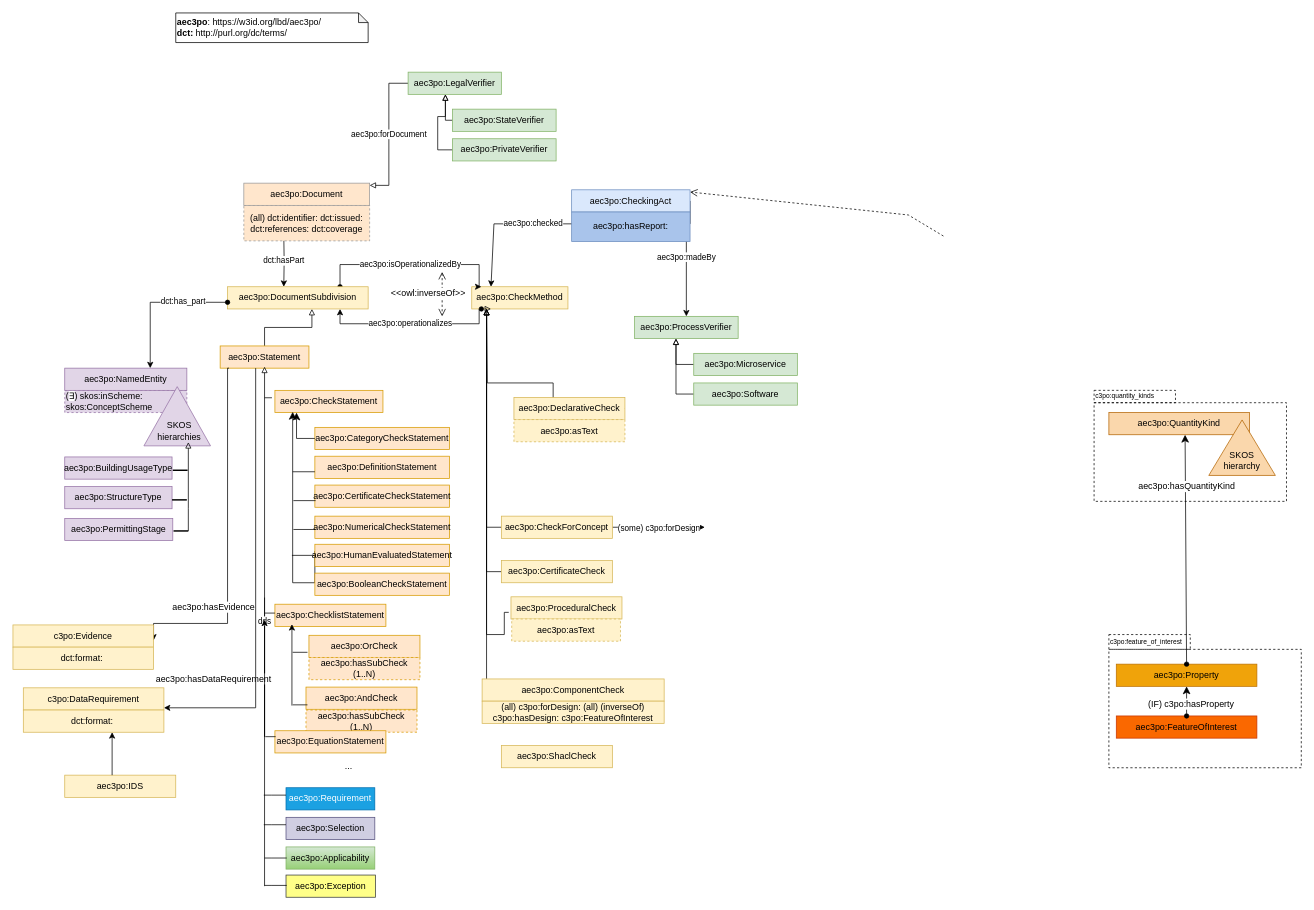
Accord-Project/aec3po keeps this draw.io diagram as page "aec3po" (1 of 15) of resources/aec3po.drawio. Above is the earlier version. Source tidied: cells renumbered, new cells numbered last; positions are measured from the earlier drawing's top-left corner, leaving out a move shared by most shapes. Both pictures are drawn from the tidied source at 74%, with x=0, y=0 at pixel (13, 13).
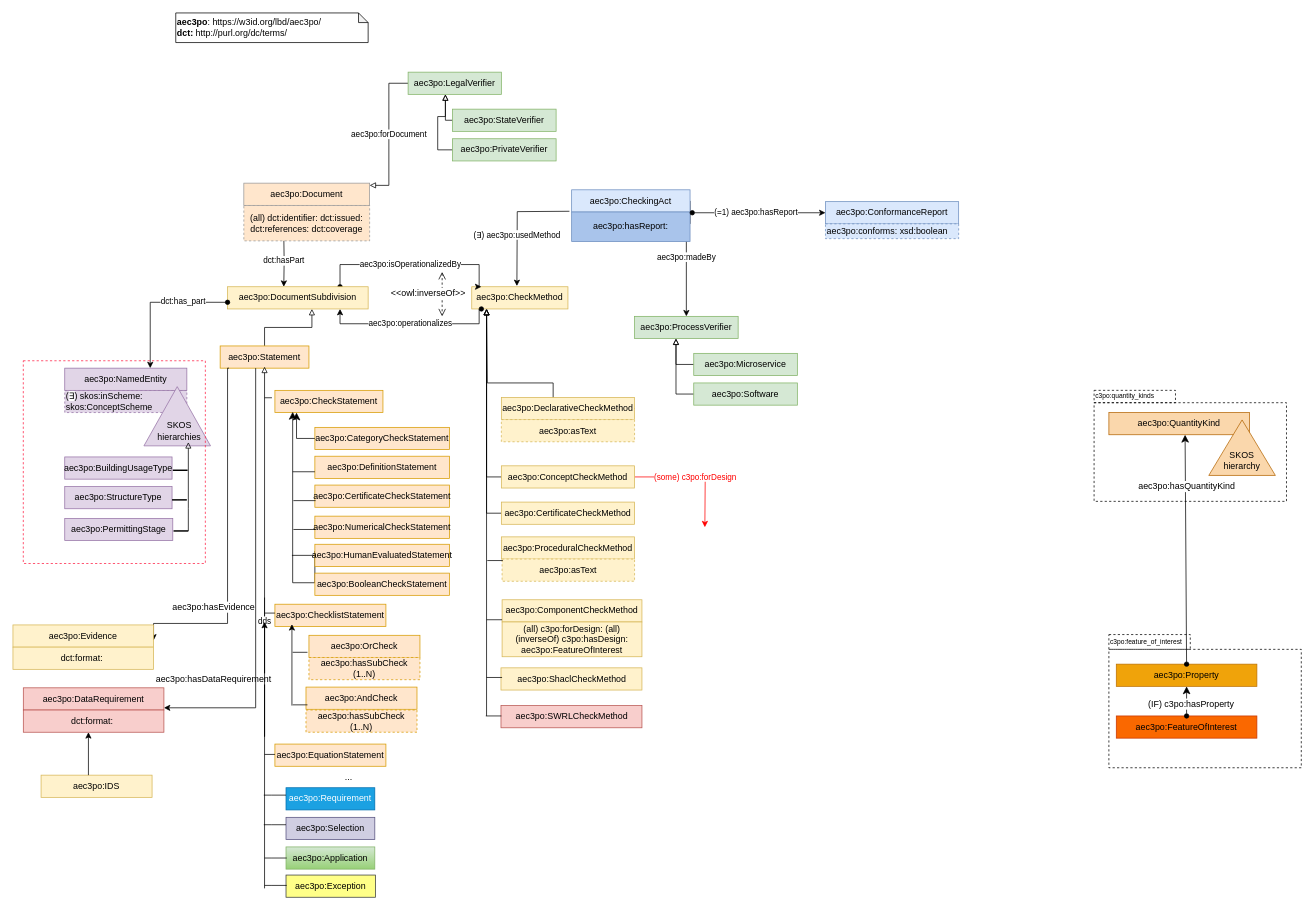
After the change.

Unchanged cells that the change refers to:
```xml
<mxCell id="15" value="aec3po:CheckMethod" style="rounded=0;whiteSpace=wrap;html=1;snapToPoint=1;points=[[0.1,0],[0.2,0],[0.3,0],[0.4,0],[0.5,0],[0.6,0],[0.7,0],[0.8,0],[0.9,0],[0,0.1],[0,0.3],[0,0.5],[0,0.7],[0,0.9],[0.1,1],[0.2,1],[0.3,1],[0.4,1],[0.5,1],[0.6,1],[0.7,1],[0.8,1],[0.9,1],[1,0.1],[1,0.3],[1,0.5],[1,0.7],[1,0.9]];fillColor=#fff2cc;strokeColor=#d6b656;" parent="1" vertex="1">
  <mxGeometry x="620" y="370" width="130" height="30" as="geometry" />
</mxCell>
<mxCell id="18" value="aec3po:CheckingAct" style="rounded=0;whiteSpace=wrap;html=1;snapToPoint=1;points=[[0.1,0],[0.2,0],[0.3,0],[0.4,0],[0.5,0],[0.6,0],[0.7,0],[0.8,0],[0.9,0],[0,0.1],[0,0.3],[0,0.5],[0,0.7],[0,0.9],[0.1,1],[0.2,1],[0.3,1],[0.4,1],[0.5,1],[0.6,1],[0.7,1],[0.8,1],[0.9,1],[1,0.1],[1,0.3],[1,0.5],[1,0.7],[1,0.9]];fillColor=#dae8fc;strokeColor=#6c8ebf;" parent="1" vertex="1">
  <mxGeometry x="755" y="239" width="160" height="30" as="geometry" />
</mxCell>
```

The edit, as a diff of the source:
```diff
@@
-    <mxCell id="17" value="aec3po:checked" style="edgeStyle=orthogonalEdgeStyle;rounded=0;jettySize=auto;html=1;startArrow=none;startFill=0;endArrow=classic;endFill=1;" parent="1" edge="1" source="18" target="15">
-      <mxGeometry x="-0.05" relative="1" as="geometry">
-        <Array as="points">
-          <mxPoint x="812" y="285" />
-          <mxPoint x="650" y="285" />
-        </Array>
+    <mxCell id="17" value="(∃) aec3po:usedMethod" style="edgeStyle=orthogonalEdgeStyle;rounded=0;orthogonalLoop=1;jettySize=auto;html=1;startArrow=none;startFill=0;endArrow=classic;endFill=1;entryX=0.5;entryY=0;entryDx=0;entryDy=0;" parent="1" edge="1">
+      <mxGeometry x="0.19" relative="1" as="geometry">
+        <mxPoint x="752" y="268" as="sourcePoint" />
+        <mxPoint x="681" y="369" as="targetPoint" />
       </mxGeometry>
     </mxCell>
@@
-    <mxCell id="25" value="(some) c3po:forDesign" style="edgeStyle=orthogonalEdgeStyle;rounded=0;jettySize=auto;html=1;exitX=1;exitY=0.5;exitDx=0;exitDy=0;entryX=0;entryY=0.5;entryDx=0;entryDy=0;startArrow=none;startFill=0;endArrow=classic;endFill=1;" parent="1" edge="1" source="27">
+    <mxCell id="25" value="&lt;font color=&quot;#ff0000&quot;&gt;(some) c3po:forDesign&lt;/font&gt;" style="edgeStyle=orthogonalEdgeStyle;rounded=0;jettySize=auto;html=1;exitX=1;exitY=0.5;exitDx=0;exitDy=0;entryX=0;entryY=0.5;entryDx=0;entryDy=0;startArrow=none;startFill=0;endArrow=classic;endFill=1;strokeColor=#FF0000;" parent="1" edge="1" source="27">
       <mxGeometry relative="1" as="geometry">
         <mxPoint x="935" y="695" as="targetPoint" />
       </mxGeometry>
     </mxCell>
@@
-    <mxCell id="27" value="aec3po:CheckForConcept" style="rounded=0;whiteSpace=wrap;html=1;snapToPoint=1;points=[[0.1,0],[0.2,0],[0.3,0],[0.4,0],[0.5,0],[0.6,0],[0.7,0],[0.8,0],[0.9,0],[0,0.1],[0,0.3],[0,0.5],[0,0.7],[0,0.9],[0.1,1],[0.2,1],[0.3,1],[0.4,1],[0.5,1],[0.6,1],[0.7,1],[0.8,1],[0.9,1],[1,0.1],[1,0.3],[1,0.5],[1,0.7],[1,0.9]];fillColor=#fff2cc;strokeColor=#d6b656;" parent="1" vertex="1">
-      <mxGeometry x="660" y="680" width="150" height="30" as="geometry" />
+    <mxCell id="27" value="aec3po:ConceptCheckMethod" style="rounded=0;whiteSpace=wrap;html=1;snapToPoint=1;points=[[0.1,0],[0.2,0],[0.3,0],[0.4,0],[0.5,0],[0.6,0],[0.7,0],[0.8,0],[0.9,0],[0,0.1],[0,0.3],[0,0.5],[0,0.7],[0,0.9],[0.1,1],[0.2,1],[0.3,1],[0.4,1],[0.5,1],[0.6,1],[0.7,1],[0.8,1],[0.9,1],[1,0.1],[1,0.3],[1,0.5],[1,0.7],[1,0.9]];fillColor=#fff2cc;strokeColor=#d6b656;" parent="1" vertex="1">
+      <mxGeometry x="660" y="612" width="180" height="30" as="geometry" />
     </mxCell>
@@
-    <mxCell id="29" value="aec3po:CertificateCheck" style="rounded=0;whiteSpace=wrap;html=1;snapToPoint=1;points=[[0.1,0],[0.2,0],[0.3,0],[0.4,0],[0.5,0],[0.6,0],[0.7,0],[0.8,0],[0.9,0],[0,0.1],[0,0.3],[0,0.5],[0,0.7],[0,0.9],[0.1,1],[0.2,1],[0.3,1],[0.4,1],[0.5,1],[0.6,1],[0.7,1],[0.8,1],[0.9,1],[1,0.1],[1,0.3],[1,0.5],[1,0.7],[1,0.9]];fillColor=#fff2cc;strokeColor=#d6b656;" parent="1" vertex="1">
-      <mxGeometry x="660" y="740" width="150" height="30" as="geometry" />
+    <mxCell id="29" value="aec3po:CertificateCheckMethod" style="rounded=0;whiteSpace=wrap;html=1;snapToPoint=1;points=[[0.1,0],[0.2,0],[0.3,0],[0.4,0],[0.5,0],[0.6,0],[0.7,0],[0.8,0],[0.9,0],[0,0.1],[0,0.3],[0,0.5],[0,0.7],[0,0.9],[0.1,1],[0.2,1],[0.3,1],[0.4,1],[0.5,1],[0.6,1],[0.7,1],[0.8,1],[0.9,1],[1,0.1],[1,0.3],[1,0.5],[1,0.7],[1,0.9]];fillColor=#fff2cc;strokeColor=#d6b656;" parent="1" vertex="1">
+      <mxGeometry x="660" y="661" width="180" height="30" as="geometry" />
     </mxCell>
     <mxCell id="30" style="edgeStyle=orthogonalEdgeStyle;rounded=0;orthogonalLoop=1;jettySize=auto;html=1;startArrow=none;startFill=0;endArrow=block;endFill=0;" parent="1" edge="1">
       <mxGeometry relative="1" as="geometry">
-        <mxPoint x="640" y="900" as="sourcePoint" />
+        <mxPoint x="640" y="950" as="sourcePoint" />
         <mxPoint x="640" y="400" as="targetPoint" />
         <Array as="points">
           <mxPoint x="640" y="900" />
         </Array>
       </mxGeometry>
     </mxCell>
-    <mxCell id="31" value="aec3po:ComponentCheck" style="rounded=0;whiteSpace=wrap;html=1;snapToPoint=1;points=[[0.1,0],[0.2,0],[0.3,0],[0.4,0],[0.5,0],[0.6,0],[0.7,0],[0.8,0],[0.9,0],[0,0.1],[0,0.3],[0,0.5],[0,0.7],[0,0.9],[0.1,1],[0.2,1],[0.3,1],[0.4,1],[0.5,1],[0.6,1],[0.7,1],[0.8,1],[0.9,1],[1,0.1],[1,0.3],[1,0.5],[1,0.7],[1,0.9]];fillColor=#fff2cc;strokeColor=#d6b656;" parent="1" vertex="1">
-      <mxGeometry x="634" y="900" width="246" height="30" as="geometry" />
+    <mxCell id="31" value="aec3po:ComponentCheckMethod" style="rounded=0;whiteSpace=wrap;html=1;snapToPoint=1;points=[[0.1,0],[0.2,0],[0.3,0],[0.4,0],[0.5,0],[0.6,0],[0.7,0],[0.8,0],[0.9,0],[0,0.1],[0,0.3],[0,0.5],[0,0.7],[0,0.9],[0.1,1],[0.2,1],[0.3,1],[0.4,1],[0.5,1],[0.6,1],[0.7,1],[0.8,1],[0.9,1],[1,0.1],[1,0.3],[1,0.5],[1,0.7],[1,0.9]];fillColor=#fff2cc;strokeColor=#d6b656;" parent="1" vertex="1">
+      <mxGeometry x="661" y="793" width="189" height="30" as="geometry" />
     </mxCell>
@@
-    <mxCell id="33" value="aec3po:DeclarativeCheck" style="rounded=0;whiteSpace=wrap;html=1;snapToPoint=1;points=[[0.1,0],[0.2,0],[0.3,0],[0.4,0],[0.5,0],[0.6,0],[0.7,0],[0.8,0],[0.9,0],[0,0.1],[0,0.3],[0,0.5],[0,0.7],[0,0.9],[0.1,1],[0.2,1],[0.3,1],[0.4,1],[0.5,1],[0.6,1],[0.7,1],[0.8,1],[0.9,1],[1,0.1],[1,0.3],[1,0.5],[1,0.7],[1,0.9]];fillColor=#fff2cc;strokeColor=#d6b656;" parent="1" vertex="1">
-      <mxGeometry x="677" y="519.5" width="150" height="30" as="geometry" />
+    <mxCell id="33" value="aec3po:DeclarativeCheckMethod" style="rounded=0;whiteSpace=wrap;html=1;snapToPoint=1;points=[[0.1,0],[0.2,0],[0.3,0],[0.4,0],[0.5,0],[0.6,0],[0.7,0],[0.8,0],[0.9,0],[0,0.1],[0,0.3],[0,0.5],[0,0.7],[0,0.9],[0.1,1],[0.2,1],[0.3,1],[0.4,1],[0.5,1],[0.6,1],[0.7,1],[0.8,1],[0.9,1],[1,0.1],[1,0.3],[1,0.5],[1,0.7],[1,0.9]];fillColor=#fff2cc;strokeColor=#d6b656;" parent="1" vertex="1">
+      <mxGeometry x="660" y="519.5" width="180" height="30" as="geometry" />
     </mxCell>
-    <mxCell id="34" value="aec3po:ProceduralCheck" style="rounded=0;whiteSpace=wrap;html=1;fillColor=#fff2cc;strokeColor=#d6b656;" parent="1" vertex="1">
-      <mxGeometry x="673" y="789" width="150" height="30" as="geometry" />
+    <mxCell id="34" value="aec3po:ProceduralCheckMethod" style="rounded=0;whiteSpace=wrap;html=1;fillColor=#fff2cc;strokeColor=#d6b656;" parent="1" vertex="1">
+      <mxGeometry x="660" y="708" width="180" height="30" as="geometry" />
     </mxCell>
     <mxCell id="35" value="aec3po:asText" style="rounded=0;whiteSpace=wrap;html=1;dashed=1;fillColor=#fff2cc;strokeColor=#d6b656;" parent="1" vertex="1">
-      <mxGeometry x="674" y="819" width="147" height="30" as="geometry" />
+      <mxGeometry x="661" y="738" width="179" height="30" as="geometry" />
     </mxCell>
     <mxCell id="36" value="aec3po:asText" style="rounded=0;whiteSpace=wrap;html=1;dashed=1;fillColor=#fff2cc;strokeColor=#d6b656;" parent="1" vertex="1">
-      <mxGeometry x="677" y="549.5" width="150" height="30" as="geometry" />
+      <mxGeometry x="660" y="549.5" width="180" height="30" as="geometry" />
     </mxCell>
-    <mxCell id="37" style="edgeStyle=orthogonalEdgeStyle;rounded=0;jettySize=auto;html=1;entryX=0.2;entryY=1;entryDx=0;entryDy=0;startArrow=none;startFill=0;endArrow=block;endFill=0;" parent="1" edge="1" target="15">
-      <mxGeometry relative="1" as="geometry">
-        <mxPoint x="670" y="810" as="sourcePoint" />
-        <Array as="points">
-          <mxPoint x="664" y="810" />
-          <mxPoint x="664" y="840" />
-          <mxPoint x="640" y="840" />
-        </Array>
-      </mxGeometry>
-    </mxCell>
@@
-    <mxCell id="42" style="endArrow=open;html=1;fontColor=#000099;endFill=0;dashed=1;entryX=1;entryY=0.1;entryDx=0;entryDy=0;endSize=8;rounded=0;exitX=0;exitY=0;exitDx=0;exitDy=0;" parent="1" edge="1" target="18">
-      <mxGeometry relative="1" as="geometry">
-        <mxPoint x="1257.4" y="301.5" as="sourcePoint" />
-        <Array as="points">
-          <mxPoint x="1210" y="273" />
-        </Array>
-      </mxGeometry>
-    </mxCell>
@@
-    <mxCell id="44" value="(all) c3po:forDesign: (all) (inverseOf) c3po:hasDesign: c3po:FeatureOfInterest" style="rounded=0;whiteSpace=wrap;html=1;fillColor=#fff2cc;strokeColor=#d6b656;" parent="1" vertex="1">
-      <mxGeometry x="634" y="930" width="246" height="30" as="geometry" />
+    <mxCell id="44" value="(all) c3po:forDesign: (all) (inverseOf) c3po:hasDesign: aec3po:FeatureOfInterest" style="rounded=0;whiteSpace=wrap;html=1;fillColor=#fff2cc;strokeColor=#d6b656;" parent="1" vertex="1">
+      <mxGeometry x="661" y="823" width="189" height="47" as="geometry" />
     </mxCell>
@@
-    <mxCell id="75" value="aec3po:Applicability" style="rounded=0;whiteSpace=wrap;html=1;fillColor=#d5e8d4;strokeColor=#82b366;gradientColor=#97d077;" parent="1" vertex="1">
+    <mxCell id="75" value="aec3po:Application" style="rounded=0;whiteSpace=wrap;html=1;fillColor=#d5e8d4;strokeColor=#82b366;gradientColor=#97d077;" parent="1" vertex="1">
       <mxGeometry x="369" y="1127" width="120" height="30" as="geometry" />
     </mxCell>
@@
     <mxCell id="86" value="..." style="text;html=1;strokeColor=none;fillColor=none;align=center;verticalAlign=middle;whiteSpace=wrap;rounded=0;" parent="1" vertex="1">
-      <mxGeometry x="424" y="1003" width="60" height="30" as="geometry" />
+      <mxGeometry x="424" y="1018" width="60" height="30" as="geometry" />
     </mxCell>
@@
     <mxCell id="98" value="aec3po:EquationStatement" style="rounded=0;whiteSpace=wrap;html=1;fillColor=#ffe6cc;strokeColor=#d79b00;" parent="1" vertex="1">
-      <mxGeometry x="354" y="970" width="150" height="30" as="geometry" />
+      <mxGeometry x="354" y="988" width="150" height="30" as="geometry" />
     </mxCell>
     <mxCell id="99" style="endArrow=none;html=1;rounded=0;" parent="1" edge="1">
       <mxGeometry relative="1" as="geometry">
-        <mxPoint x="341" y="978" as="sourcePoint" />
-        <mxPoint x="355" y="978" as="targetPoint" />
+        <mxPoint x="340" y="1002" as="sourcePoint" />
+        <mxPoint x="354" y="1002" as="targetPoint" />
       </mxGeometry>
     </mxCell>
@@
     <mxCell id="102" style="endArrow=classic;html=1;rounded=0;" parent="1" edge="1">
       <mxGeometry relative="1" as="geometry">
-        <mxPoint x="340" y="1180" as="sourcePoint" />
-        <mxPoint x="340" y="820" as="targetPoint" />
+        <mxPoint x="340" y="1183" as="sourcePoint" />
+        <mxPoint x="340" y="823" as="targetPoint" />
       </mxGeometry>
     </mxCell>
@@
-    <mxCell id="106" value="aec3po:ShaclCheck" style="rounded=0;whiteSpace=wrap;html=1;fillColor=#fff2cc;strokeColor=#d6b656;" parent="1" vertex="1">
-      <mxGeometry x="660" y="990" width="150" height="30" as="geometry" />
+    <mxCell id="106" value="aec3po:ShaclCheckMethod" style="rounded=0;whiteSpace=wrap;html=1;fillColor=#fff2cc;strokeColor=#d6b656;" parent="1" vertex="1">
+      <mxGeometry x="659.5" y="885" width="190.5" height="30" as="geometry" />
     </mxCell>
     <mxCell id="107" value="aec3po:IDS" style="rounded=0;whiteSpace=wrap;html=1;fillColor=#fff2cc;strokeColor=#d6b656;" parent="1" vertex="1">
-      <mxGeometry x="70" y="1030" width="150" height="30" as="geometry" />
+      <mxGeometry x="38" y="1030" width="150" height="30" as="geometry" />
     </mxCell>
@@
-    <mxCell id="110" value="c3po:DataRequirement" style="rounded=0;whiteSpace=wrap;html=1;snapToPoint=1;points=[[0.1,0],[0.2,0],[0.3,0],[0.4,0],[0.5,0],[0.6,0],[0.7,0],[0.8,0],[0.9,0],[0,0.1],[0,0.3],[0,0.5],[0,0.7],[0,0.9],[0.1,1],[0.2,1],[0.3,1],[0.4,1],[0.5,1],[0.6,1],[0.7,1],[0.8,1],[0.9,1],[1,0.1],[1,0.3],[1,0.5],[1,0.7],[1,0.9]];fillColor=#fff2cc;strokeColor=#d6b656;" parent="1" vertex="1">
+    <mxCell id="110" value="aec3po:DataRequirement" style="rounded=0;whiteSpace=wrap;html=1;snapToPoint=1;points=[[0.1,0],[0.2,0],[0.3,0],[0.4,0],[0.5,0],[0.6,0],[0.7,0],[0.8,0],[0.9,0],[0,0.1],[0,0.3],[0,0.5],[0,0.7],[0,0.9],[0.1,1],[0.2,1],[0.3,1],[0.4,1],[0.5,1],[0.6,1],[0.7,1],[0.8,1],[0.9,1],[1,0.1],[1,0.3],[1,0.5],[1,0.7],[1,0.9]];fillColor=#f8cecc;strokeColor=#b85450;" parent="1" vertex="1">
       <mxGeometry x="14" y="912" width="190" height="30" as="geometry" />
     </mxCell>
-    <mxCell id="111" value="dct:format:&amp;nbsp;" style="rounded=0;whiteSpace=wrap;html=1;fillColor=#fff2cc;strokeColor=#d6b656;" parent="1" vertex="1">
+    <mxCell id="111" value="dct:format:&amp;nbsp;" style="rounded=0;whiteSpace=wrap;html=1;fillColor=#f8cecc;strokeColor=#b85450;" parent="1" vertex="1">
       <mxGeometry x="14" y="942" width="190" height="30" as="geometry" />
     </mxCell>
-    <mxCell id="112" value="c3po:Evidence" style="rounded=0;whiteSpace=wrap;html=1;snapToPoint=1;points=[[0.1,0],[0.2,0],[0.3,0],[0.4,0],[0.5,0],[0.6,0],[0.7,0],[0.8,0],[0.9,0],[0,0.1],[0,0.3],[0,0.5],[0,0.7],[0,0.9],[0.1,1],[0.2,1],[0.3,1],[0.4,1],[0.5,1],[0.6,1],[0.7,1],[0.8,1],[0.9,1],[1,0.1],[1,0.3],[1,0.5],[1,0.7],[1,0.9]];fillColor=#fff2cc;strokeColor=#d6b656;" parent="1" vertex="1">
+    <mxCell id="112" value="aec3po:Evidence" style="rounded=0;whiteSpace=wrap;html=1;snapToPoint=1;points=[[0.1,0],[0.2,0],[0.3,0],[0.4,0],[0.5,0],[0.6,0],[0.7,0],[0.8,0],[0.9,0],[0,0.1],[0,0.3],[0,0.5],[0,0.7],[0,0.9],[0.1,1],[0.2,1],[0.3,1],[0.4,1],[0.5,1],[0.6,1],[0.7,1],[0.8,1],[0.9,1],[1,0.1],[1,0.3],[1,0.5],[1,0.7],[1,0.9]];fillColor=#fff2cc;strokeColor=#d6b656;" parent="1" vertex="1">
       <mxGeometry y="827" width="190" height="30" as="geometry" />
     </mxCell>
@@
     <mxCell id="114" style="endArrow=classic;html=1;rounded=0;" parent="1" edge="1">
       <mxGeometry relative="1" as="geometry">
-        <mxPoint x="134" y="1030" as="sourcePoint" />
-        <mxPoint x="134" y="972" as="targetPoint" />
+        <mxPoint x="102" y="1030" as="sourcePoint" />
+        <mxPoint x="102" y="972" as="targetPoint" />
       </mxGeometry>
     </mxCell>
@@
+    <mxCell id="117" style="endArrow=none;html=1;rounded=0;entryX=0;entryY=0.9;entryDx=0;entryDy=0;" parent="1" edge="1" target="31">
+      <mxGeometry relative="1" as="geometry">
+        <mxPoint x="640" y="820" as="sourcePoint" />
+      </mxGeometry>
+    </mxCell>
+    <mxCell id="118" style="endArrow=none;html=1;rounded=0;entryX=0;entryY=0.9;entryDx=0;entryDy=0;" parent="1" edge="1">
+      <mxGeometry relative="1" as="geometry">
+        <mxPoint x="640" y="898" as="sourcePoint" />
+        <mxPoint x="661" y="898" as="targetPoint" />
+      </mxGeometry>
+    </mxCell>
+    <mxCell id="119" style="endArrow=none;html=1;rounded=0;entryX=0;entryY=0.9;entryDx=0;entryDy=0;" parent="1" edge="1">
+      <mxGeometry relative="1" as="geometry">
+        <mxPoint x="641" y="740" as="sourcePoint" />
+        <mxPoint x="662" y="740" as="targetPoint" />
+      </mxGeometry>
+    </mxCell>
+    <mxCell id="120" value="(=1) aec3po:hasReport" style="edgeStyle=orthogonalEdgeStyle;rounded=0;orthogonalLoop=1;jettySize=auto;html=1;startArrow=oval;startFill=1;endArrow=classic;endFill=1;exitX=1;exitY=0.5;exitDx=0;exitDy=0;" parent="1" edge="1">
+      <mxGeometry x="-0.05" relative="1" as="geometry">
+        <mxPoint x="918" y="270" as="sourcePoint" />
+        <mxPoint x="1098" y="270" as="targetPoint" />
+      </mxGeometry>
+    </mxCell>
+    <mxCell id="121" value="aec3po:ConformanceReport" style="rounded=0;whiteSpace=wrap;html=1;fillColor=#dae8fc;strokeColor=#6c8ebf;" parent="1" vertex="1">
+      <mxGeometry x="1098" y="255" width="180" height="30" as="geometry" />
+    </mxCell>
+    <mxCell id="122" value="aec3po:conforms: xsd:boolean" style="rounded=0;whiteSpace=wrap;html=1;fillColor=#dae8fc;strokeColor=#6c8ebf;align=left;dashed=1;" parent="1" vertex="1">
+      <mxGeometry x="1098" y="285" width="180" height="20" as="geometry" />
+    </mxCell>
+    <mxCell id="123" style="rounded=0;whiteSpace=wrap;html=1;fontSize=9;fillColor=none;dashed=1;strokeColor=#FF1C42;" parent="1" vertex="1">
+      <mxGeometry x="14" y="470" width="246" height="274" as="geometry" />
+    </mxCell>
+    <mxCell id="124" value="aec3po:SWRLCheckMethod" style="rounded=0;whiteSpace=wrap;html=1;fillColor=#f8cecc;strokeColor=#b85450;" parent="1" vertex="1">
+      <mxGeometry x="659.5" y="936" width="190.5" height="30" as="geometry" />
+    </mxCell>
+    <mxCell id="125" style="endArrow=none;html=1;rounded=0;entryX=0;entryY=0.9;entryDx=0;entryDy=0;" parent="1" edge="1">
+      <mxGeometry relative="1" as="geometry">
+        <mxPoint x="639" y="950" as="sourcePoint" />
+        <mxPoint x="660" y="950" as="targetPoint" />
+      </mxGeometry>
+    </mxCell>
```
